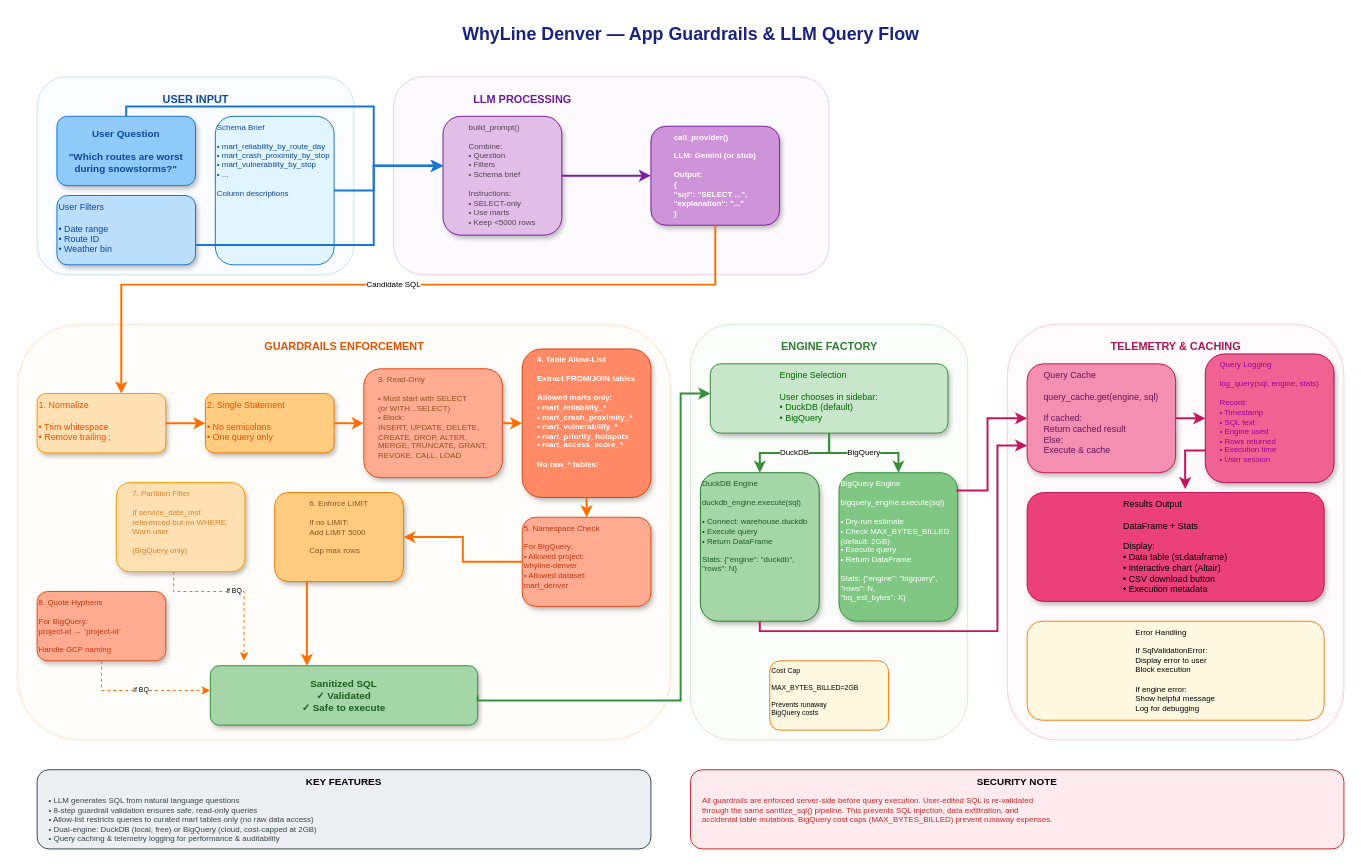
The draw.io diagram docs/diagrams/app_guardrails.drawio in medsidd/whyline-denver, before the edit. Source tidied: cells renumbered, new cells numbered last; positions are measured from the earlier drawing's top-left corner, leaving out a move shared by most shapes. Both pictures are drawn from the tidied source at 99%, with x=0, y=0 at pixel (17, 17).
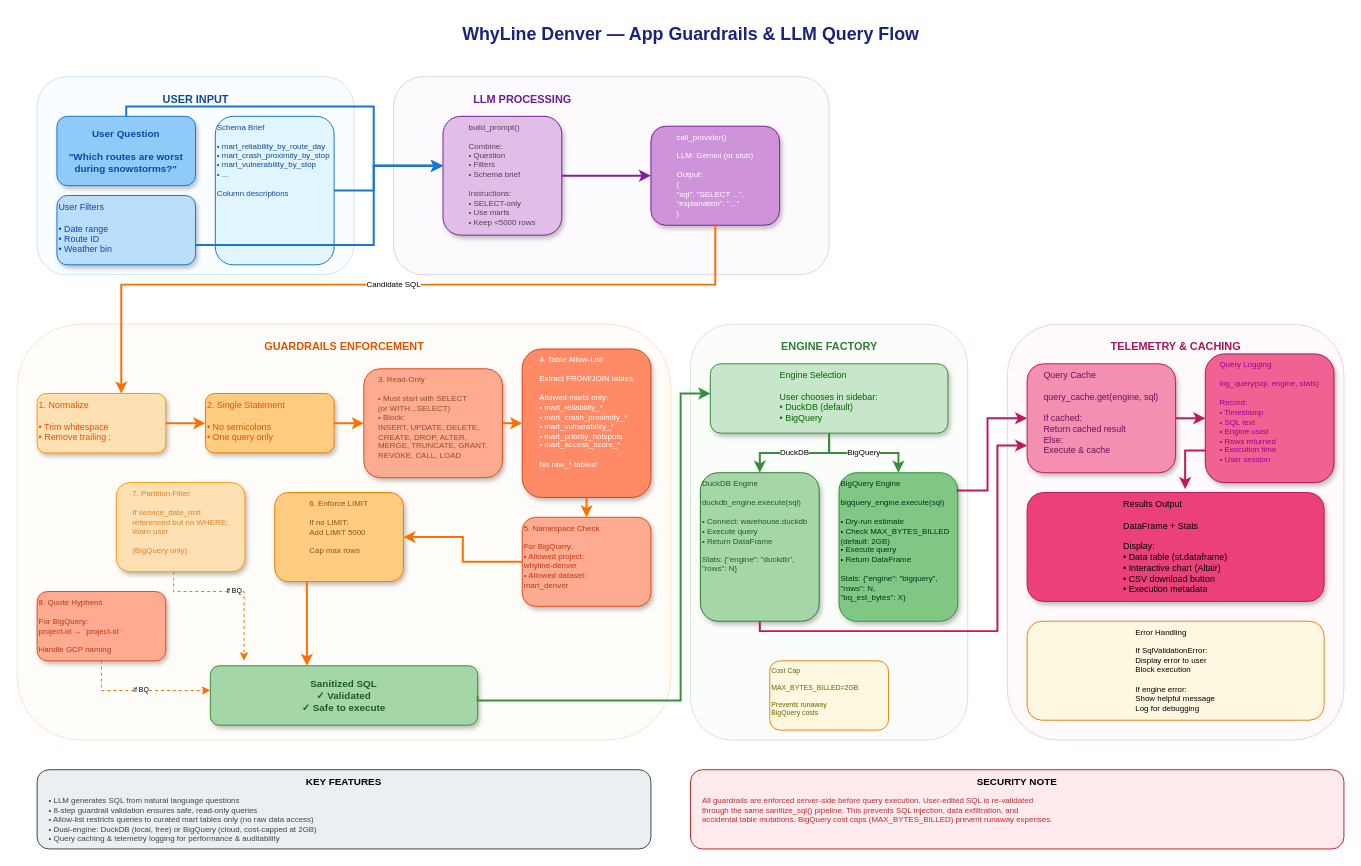
Above is the later version.

The edit, as a diff of the source:
```diff
@@
-    <mxCell id="11" value="&lt;div style=&quot;text-align: justify;&quot;&gt;&lt;span style=&quot;background-color: transparent;&quot;&gt;&lt;font style=&quot;color: rgb(255, 255, 255);&quot;&gt;call_provider()&lt;/font&gt;&lt;/span&gt;&lt;/div&gt;&lt;div style=&quot;text-align: justify;&quot;&gt;&lt;font style=&quot;color: rgb(255, 255, 255);&quot;&gt;&lt;br&gt;&lt;/font&gt;&lt;/div&gt;&lt;div style=&quot;text-align: justify;&quot;&gt;&lt;span style=&quot;background-color: transparent;&quot;&gt;&lt;font style=&quot;color: rgb(255, 255, 255);&quot;&gt;LLM: Gemini (or stub)&lt;/font&gt;&lt;/span&gt;&lt;/div&gt;&lt;div style=&quot;text-align: justify;&quot;&gt;&lt;font style=&quot;color: rgb(255, 255, 255);&quot;&gt;&lt;br&gt;&lt;/font&gt;&lt;/div&gt;&lt;div style=&quot;text-align: justify;&quot;&gt;&lt;span style=&quot;background-color: transparent;&quot;&gt;&lt;font style=&quot;color: rgb(255, 255, 255);&quot;&gt;Output:&lt;/font&gt;&lt;/span&gt;&lt;/div&gt;&lt;div style=&quot;text-align: justify;&quot;&gt;&lt;span style=&quot;background-color: transparent;&quot;&gt;&lt;font style=&quot;color: rgb(255, 255, 255);&quot;&gt;{&lt;/font&gt;&lt;/span&gt;&lt;/div&gt;&lt;div style=&quot;text-align: justify;&quot;&gt;&lt;span style=&quot;background-color: transparent;&quot;&gt;&lt;font style=&quot;color: rgb(255, 255, 255);&quot;&gt;&quot;sql&quot;: &quot;SELECT ...&quot;,&lt;/font&gt;&lt;/span&gt;&lt;/div&gt;&lt;div style=&quot;text-align: justify;&quot;&gt;&lt;span style=&quot;background-color: transparent;&quot;&gt;&lt;font style=&quot;color: rgb(255, 255, 255);&quot;&gt;&quot;explanation&quot;: &quot;...&quot;&lt;/font&gt;&lt;/span&gt;&lt;/div&gt;&lt;div style=&quot;text-align: justify;&quot;&gt;&lt;span style=&quot;background-color: transparent;&quot;&gt;&lt;font style=&quot;color: rgb(255, 255, 255);&quot;&gt;}&lt;/font&gt;&lt;/span&gt;&lt;/div&gt;" style="rounded=1;whiteSpace=wrap;html=1;fillColor=#ce93d8;strokeColor=#7b1fa2;fontColor=#ffffff;fontSize=8;align=center;verticalAlign=top;fontStyle=1;shadow=1;" parent="1" vertex="1">
+    <mxCell id="11" value="&lt;div style=&quot;text-align: justify;&quot;&gt;&lt;span style=&quot;background-color: transparent; font-weight: normal;&quot;&gt;&lt;font style=&quot;color: rgb(255, 255, 255);&quot;&gt;call_provider()&lt;/font&gt;&lt;/span&gt;&lt;/div&gt;&lt;div style=&quot;text-align: justify;&quot;&gt;&lt;font style=&quot;color: rgb(255, 255, 255); font-weight: normal;&quot;&gt;&lt;br&gt;&lt;/font&gt;&lt;/div&gt;&lt;div style=&quot;text-align: justify;&quot;&gt;&lt;span style=&quot;background-color: transparent; font-weight: normal;&quot;&gt;&lt;font style=&quot;color: rgb(255, 255, 255);&quot;&gt;LLM: Gemini (or stub)&lt;/font&gt;&lt;/span&gt;&lt;/div&gt;&lt;div style=&quot;text-align: justify;&quot;&gt;&lt;font style=&quot;color: rgb(255, 255, 255); font-weight: normal;&quot;&gt;&lt;br&gt;&lt;/font&gt;&lt;/div&gt;&lt;div style=&quot;text-align: justify;&quot;&gt;&lt;span style=&quot;background-color: transparent; font-weight: normal;&quot;&gt;&lt;font style=&quot;color: rgb(255, 255, 255);&quot;&gt;Output:&lt;/font&gt;&lt;/span&gt;&lt;/div&gt;&lt;div style=&quot;text-align: justify;&quot;&gt;&lt;span style=&quot;background-color: transparent; font-weight: normal;&quot;&gt;&lt;font style=&quot;color: rgb(255, 255, 255);&quot;&gt;{&lt;/font&gt;&lt;/span&gt;&lt;/div&gt;&lt;div style=&quot;text-align: justify;&quot;&gt;&lt;span style=&quot;background-color: transparent; font-weight: normal;&quot;&gt;&lt;font style=&quot;color: rgb(255, 255, 255);&quot;&gt;&quot;sql&quot;: &quot;SELECT ...&quot;,&lt;/font&gt;&lt;/span&gt;&lt;/div&gt;&lt;div style=&quot;text-align: justify;&quot;&gt;&lt;span style=&quot;background-color: transparent; font-weight: normal;&quot;&gt;&lt;font style=&quot;color: rgb(255, 255, 255);&quot;&gt;&quot;explanation&quot;: &quot;...&quot;&lt;/font&gt;&lt;/span&gt;&lt;/div&gt;&lt;div style=&quot;text-align: justify;&quot;&gt;&lt;span style=&quot;background-color: transparent; font-weight: normal;&quot;&gt;&lt;font style=&quot;color: rgb(255, 255, 255);&quot;&gt;}&lt;/font&gt;&lt;/span&gt;&lt;/div&gt;" style="rounded=1;whiteSpace=wrap;html=1;fillColor=#ce93d8;strokeColor=#7b1fa2;fontColor=#ffffff;fontSize=8;align=center;verticalAlign=top;fontStyle=1;shadow=1;" parent="1" vertex="1">
       <mxGeometry x="640" y="110" width="130" height="100" as="geometry" />
     </mxCell>
@@
-    <mxCell id="17" value="&lt;div style=&quot;text-align: justify;&quot;&gt;&lt;span style=&quot;background-color: transparent;&quot;&gt;&lt;font style=&quot;color: rgb(255, 255, 255);&quot;&gt;4. Table Allow-List&lt;/font&gt;&lt;/span&gt;&lt;/div&gt;&lt;div style=&quot;text-align: justify;&quot;&gt;&lt;font style=&quot;color: rgb(255, 255, 255);&quot;&gt;&lt;br&gt;&lt;/font&gt;&lt;/div&gt;&lt;div style=&quot;text-align: justify;&quot;&gt;&lt;span style=&quot;background-color: transparent;&quot;&gt;&lt;font style=&quot;color: rgb(255, 255, 255);&quot;&gt;Extract FROM/JOIN tables&lt;/font&gt;&lt;/span&gt;&lt;/div&gt;&lt;div style=&quot;text-align: justify;&quot;&gt;&lt;font style=&quot;color: rgb(255, 255, 255);&quot;&gt;&lt;br&gt;&lt;/font&gt;&lt;/div&gt;&lt;div style=&quot;text-align: justify;&quot;&gt;&lt;span style=&quot;background-color: transparent;&quot;&gt;&lt;font style=&quot;color: rgb(255, 255, 255);&quot;&gt;Allowed marts only:&lt;/font&gt;&lt;/span&gt;&lt;/div&gt;&lt;div style=&quot;text-align: justify;&quot;&gt;&lt;span style=&quot;background-color: transparent;&quot;&gt;&lt;font style=&quot;color: rgb(255, 255, 255);&quot;&gt;• mart_reliability_*&lt;/font&gt;&lt;/span&gt;&lt;/div&gt;&lt;div style=&quot;text-align: justify;&quot;&gt;&lt;span style=&quot;background-color: transparent;&quot;&gt;&lt;font style=&quot;color: rgb(255, 255, 255);&quot;&gt;• mart_crash_proximity_*&lt;/font&gt;&lt;/span&gt;&lt;/div&gt;&lt;div style=&quot;text-align: justify;&quot;&gt;&lt;span style=&quot;background-color: transparent;&quot;&gt;&lt;font style=&quot;color: rgb(255, 255, 255);&quot;&gt;• mart_vulnerability_*&lt;/font&gt;&lt;/span&gt;&lt;/div&gt;&lt;div style=&quot;text-align: justify;&quot;&gt;&lt;span style=&quot;background-color: transparent;&quot;&gt;&lt;font style=&quot;color: rgb(255, 255, 255);&quot;&gt;• mart_priority_hotspots&lt;/font&gt;&lt;/span&gt;&lt;/div&gt;&lt;div style=&quot;text-align: justify;&quot;&gt;&lt;span style=&quot;background-color: transparent;&quot;&gt;&lt;font style=&quot;color: rgb(255, 255, 255);&quot;&gt;• mart_access_score_*&lt;/font&gt;&lt;/span&gt;&lt;/div&gt;&lt;div style=&quot;text-align: justify;&quot;&gt;&lt;font style=&quot;color: rgb(255, 255, 255);&quot;&gt;&lt;br&gt;&lt;/font&gt;&lt;/div&gt;&lt;div style=&quot;text-align: justify;&quot;&gt;&lt;span style=&quot;background-color: transparent;&quot;&gt;&lt;font style=&quot;color: rgb(255, 255, 255);&quot;&gt;No raw_* tables!&lt;/font&gt;&lt;/span&gt;&lt;/div&gt;" style="rounded=1;whiteSpace=wrap;html=1;fillColor=#ff8a65;strokeColor=#d84315;fontColor=#ffffff;fontSize=8;align=center;verticalAlign=top;fontStyle=1;shadow=1;" parent="1" vertex="1">
+    <mxCell id="17" value="&lt;div style=&quot;text-align: justify;&quot;&gt;&lt;span style=&quot;background-color: transparent; font-weight: normal;&quot;&gt;&lt;font style=&quot;color: rgb(255, 255, 255);&quot;&gt;4. Table Allow-List&lt;/font&gt;&lt;/span&gt;&lt;/div&gt;&lt;div style=&quot;text-align: justify;&quot;&gt;&lt;font style=&quot;font-weight: normal; color: rgb(255, 255, 255);&quot;&gt;&lt;br&gt;&lt;/font&gt;&lt;/div&gt;&lt;div style=&quot;text-align: justify;&quot;&gt;&lt;span style=&quot;background-color: transparent; font-weight: normal;&quot;&gt;&lt;font style=&quot;color: rgb(255, 255, 255);&quot;&gt;Extract FROM/JOIN tables&lt;/font&gt;&lt;/span&gt;&lt;/div&gt;&lt;div style=&quot;text-align: justify;&quot;&gt;&lt;font style=&quot;font-weight: normal; color: rgb(255, 255, 255);&quot;&gt;&lt;br&gt;&lt;/font&gt;&lt;/div&gt;&lt;div style=&quot;text-align: justify;&quot;&gt;&lt;span style=&quot;background-color: transparent; font-weight: normal;&quot;&gt;&lt;font style=&quot;color: rgb(255, 255, 255);&quot;&gt;Allowed marts only:&lt;/font&gt;&lt;/span&gt;&lt;/div&gt;&lt;div style=&quot;text-align: justify;&quot;&gt;&lt;span style=&quot;background-color: transparent; font-weight: normal;&quot;&gt;&lt;font style=&quot;color: rgb(255, 255, 255);&quot;&gt;• mart_reliability_*&lt;/font&gt;&lt;/span&gt;&lt;/div&gt;&lt;div style=&quot;text-align: justify;&quot;&gt;&lt;span style=&quot;background-color: transparent; font-weight: normal;&quot;&gt;&lt;font style=&quot;color: rgb(255, 255, 255);&quot;&gt;• mart_crash_proximity_*&lt;/font&gt;&lt;/span&gt;&lt;/div&gt;&lt;div style=&quot;text-align: justify;&quot;&gt;&lt;span style=&quot;background-color: transparent; font-weight: normal;&quot;&gt;&lt;font style=&quot;color: rgb(255, 255, 255);&quot;&gt;• mart_vulnerability_*&lt;/font&gt;&lt;/span&gt;&lt;/div&gt;&lt;div style=&quot;text-align: justify;&quot;&gt;&lt;span style=&quot;background-color: transparent; font-weight: normal;&quot;&gt;&lt;font style=&quot;color: rgb(255, 255, 255);&quot;&gt;• mart_priority_hotspots&lt;/font&gt;&lt;/span&gt;&lt;/div&gt;&lt;div style=&quot;text-align: justify;&quot;&gt;&lt;span style=&quot;background-color: transparent; font-weight: normal;&quot;&gt;&lt;font style=&quot;color: rgb(255, 255, 255);&quot;&gt;• mart_access_score_*&lt;/font&gt;&lt;/span&gt;&lt;/div&gt;&lt;div style=&quot;text-align: justify;&quot;&gt;&lt;font style=&quot;font-weight: normal; color: rgb(255, 255, 255);&quot;&gt;&lt;br&gt;&lt;/font&gt;&lt;/div&gt;&lt;div style=&quot;text-align: justify;&quot;&gt;&lt;span style=&quot;background-color: transparent; font-weight: normal;&quot;&gt;&lt;font style=&quot;color: rgb(255, 255, 255);&quot;&gt;No raw_* tables!&lt;/font&gt;&lt;/span&gt;&lt;/div&gt;" style="rounded=1;whiteSpace=wrap;html=1;fillColor=#ff8a65;strokeColor=#d84315;fontColor=#ffffff;fontSize=8;align=center;verticalAlign=top;fontStyle=1;shadow=1;" parent="1" vertex="1">
       <mxGeometry x="510" y="335" width="130" height="150" as="geometry" />
     </mxCell>
@@
-    <mxCell id="27" value="&lt;span style=&quot;font-weight: normal;&quot;&gt;&lt;font style=&quot;color: rgb(255, 255, 255);&quot;&gt;BigQuery Engine&lt;br&gt;&lt;br&gt;bigquery_engine.execute(sql)&lt;br&gt;&lt;br&gt;• Dry-run estimate&lt;br&gt;• Check MAX_BYTES_BILLED&lt;br&gt;  (default: 2GB)&lt;br&gt;• Execute query&lt;br&gt;• Return DataFrame&lt;br&gt;&lt;br&gt;Stats: {&quot;engine&quot;: &quot;bigquery&quot;,&lt;br&gt;       &quot;rows&quot;: N,&lt;br&gt;       &quot;bq_est_bytes&quot;: X}&lt;/font&gt;&lt;/span&gt;" style="rounded=1;whiteSpace=wrap;html=1;fillColor=#81c784;strokeColor=#388e3c;fontColor=#ffffff;fontSize=8;align=left;verticalAlign=top;fontStyle=1;shadow=1;" parent="1" vertex="1">
+    <mxCell id="27" value="&lt;font style=&quot;font-weight: normal; color: rgb(0, 51, 26);&quot;&gt;BigQuery Engine&lt;br&gt;&lt;br&gt;bigquery_engine.execute(sql)&lt;br&gt;&lt;br&gt;• Dry-run estimate&lt;br&gt;• Check MAX_BYTES_BILLED&lt;br&gt;  (default: 2GB)&lt;br&gt;• Execute query&lt;br&gt;• Return DataFrame&lt;br&gt;&lt;br&gt;Stats: {&quot;engine&quot;: &quot;bigquery&quot;,&lt;br&gt;       &quot;rows&quot;: N,&lt;br&gt;       &quot;bq_est_bytes&quot;: X}&lt;/font&gt;" style="rounded=1;whiteSpace=wrap;html=1;fillColor=#81c784;strokeColor=#388e3c;fontColor=#ffffff;fontSize=8;align=left;verticalAlign=top;fontStyle=1;shadow=1;" parent="1" vertex="1">
       <mxGeometry x="830" y="460" width="120" height="150" as="geometry" />
     </mxCell>
-    <mxCell id="28" value="Cost Cap&#10;&#10;MAX_BYTES_BILLED=2GB&#10;&#10;Prevents runaway&#10;BigQuery costs" style="rounded=1;whiteSpace=wrap;html=1;fillColor=#fff8e1;strokeColor=#f57f17;fontSize=7;align=left;verticalAlign=top;" parent="1" vertex="1">
+    <mxCell id="28" value="&lt;font style=&quot;color: rgb(102, 102, 0);&quot;&gt;Cost Cap&lt;br&gt;&lt;br&gt;MAX_BYTES_BILLED=2GB&lt;br&gt;&lt;br&gt;Prevents runaway&lt;br&gt;BigQuery costs&lt;/font&gt;" style="rounded=1;whiteSpace=wrap;html=1;fillColor=#fff8e1;strokeColor=#f57f17;fontSize=7;align=left;verticalAlign=top;" parent="1" vertex="1">
       <mxGeometry x="760" y="650" width="120" height="70" as="geometry" />
     </mxCell>
@@
-    <mxCell id="33" value="&lt;div style=&quot;text-align: justify;&quot;&gt;&lt;span style=&quot;font-weight: normal; background-color: transparent;&quot;&gt;&lt;font style=&quot;color: rgb(0, 0, 0);&quot;&gt;Results Output&lt;/font&gt;&lt;/span&gt;&lt;/div&gt;&lt;div style=&quot;text-align: justify;&quot;&gt;&lt;span style=&quot;font-weight: 400;&quot;&gt;&lt;font style=&quot;color: rgb(0, 0, 0);&quot;&gt;&lt;br&gt;&lt;/font&gt;&lt;/span&gt;&lt;/div&gt;&lt;span style=&quot;font-weight: normal;&quot;&gt;&lt;div style=&quot;text-align: justify;&quot;&gt;&lt;span style=&quot;background-color: transparent;&quot;&gt;&lt;font style=&quot;color: rgb(0, 0, 0);&quot;&gt;DataFrame + Stats&lt;/font&gt;&lt;/span&gt;&lt;/div&gt;&lt;/span&gt;&lt;div style=&quot;text-align: justify;&quot;&gt;&lt;font style=&quot;color: rgb(0, 0, 0);&quot;&gt;&lt;br&gt;&lt;/font&gt;&lt;/div&gt;&lt;font style=&quot;color: rgb(0, 0, 0);&quot;&gt;&lt;span style=&quot;font-weight: normal;&quot;&gt;&lt;div style=&quot;text-align: justify;&quot;&gt;&lt;span style=&quot;background-color: transparent;&quot;&gt;Display:&lt;/span&gt;&lt;/div&gt;&lt;/span&gt;&lt;span style=&quot;font-weight: normal;&quot;&gt;&lt;div style=&quot;text-align: justify;&quot;&gt;&lt;span style=&quot;background-color: transparent;&quot;&gt;• Data table (st.dataframe)&lt;/span&gt;&lt;/div&gt;&lt;/span&gt;&lt;span style=&quot;font-weight: normal;&quot;&gt;&lt;div style=&quot;text-align: justify;&quot;&gt;&lt;span style=&quot;background-color: transparent;&quot;&gt;• Interactive chart (Altair)&lt;/span&gt;&lt;/div&gt;&lt;/span&gt;&lt;span style=&quot;font-weight: normal;&quot;&gt;&lt;div style=&quot;text-align: justify;&quot;&gt;&lt;span style=&quot;background-color: transparent;&quot;&gt;• CSV download button&lt;/span&gt;&lt;/div&gt;&lt;/span&gt;&lt;/font&gt;&lt;div style=&quot;text-align: justify;&quot;&gt;&lt;span style=&quot;font-weight: normal; background-color: transparent;&quot;&gt;&lt;font style=&quot;color: rgb(0, 0, 0);&quot;&gt;• Execution metadata&lt;/font&gt;&lt;/span&gt;&lt;/div&gt;" style="rounded=1;whiteSpace=wrap;html=1;fillColor=#ec407a;strokeColor=#c2185b;fontColor=#ffffff;fontSize=9;align=center;verticalAlign=top;fontStyle=1;shadow=1;" parent="1" vertex="1">
+    <mxCell id="33" value="&lt;div style=&quot;text-align: justify;&quot;&gt;&lt;span style=&quot;background-color: transparent; font-weight: normal;&quot;&gt;&lt;font style=&quot;color: rgb(0, 0, 0);&quot;&gt;Results Output&lt;/font&gt;&lt;/span&gt;&lt;/div&gt;&lt;div style=&quot;text-align: justify;&quot;&gt;&lt;font style=&quot;color: rgb(0, 0, 0); font-weight: normal;&quot;&gt;&lt;br&gt;&lt;/font&gt;&lt;/div&gt;&lt;div style=&quot;text-align: justify;&quot;&gt;&lt;span style=&quot;background-color: transparent; font-weight: normal;&quot;&gt;&lt;font style=&quot;color: rgb(0, 0, 0);&quot;&gt;DataFrame + Stats&lt;/font&gt;&lt;/span&gt;&lt;/div&gt;&lt;div style=&quot;text-align: justify;&quot;&gt;&lt;font style=&quot;color: rgb(0, 0, 0); font-weight: normal;&quot;&gt;&lt;br&gt;&lt;/font&gt;&lt;/div&gt;&lt;font style=&quot;color: rgb(0, 0, 0); font-weight: normal;&quot;&gt;&lt;div style=&quot;text-align: justify;&quot;&gt;&lt;span style=&quot;background-color: transparent;&quot;&gt;Display:&lt;/span&gt;&lt;/div&gt;&lt;div style=&quot;text-align: justify;&quot;&gt;&lt;span style=&quot;background-color: transparent;&quot;&gt;• Data table (st.dataframe)&lt;/span&gt;&lt;/div&gt;&lt;div style=&quot;text-align: justify;&quot;&gt;&lt;span style=&quot;background-color: transparent;&quot;&gt;• Interactive chart (Altair)&lt;/span&gt;&lt;/div&gt;&lt;div style=&quot;text-align: justify;&quot;&gt;&lt;span style=&quot;background-color: transparent;&quot;&gt;• CSV download button&lt;/span&gt;&lt;/div&gt;&lt;/font&gt;&lt;div style=&quot;text-align: justify;&quot;&gt;&lt;span style=&quot;background-color: transparent; font-weight: normal;&quot;&gt;&lt;font style=&quot;color: rgb(0, 0, 0);&quot;&gt;• Execution metadata&lt;/font&gt;&lt;/span&gt;&lt;/div&gt;" style="rounded=1;whiteSpace=wrap;html=1;fillColor=#ec407a;strokeColor=#c2185b;fontColor=#ffffff;fontSize=9;align=center;verticalAlign=top;fontStyle=1;shadow=1;" parent="1" vertex="1">
       <mxGeometry x="1020" y="480" width="300" height="110" as="geometry" />
     </mxCell>
```
